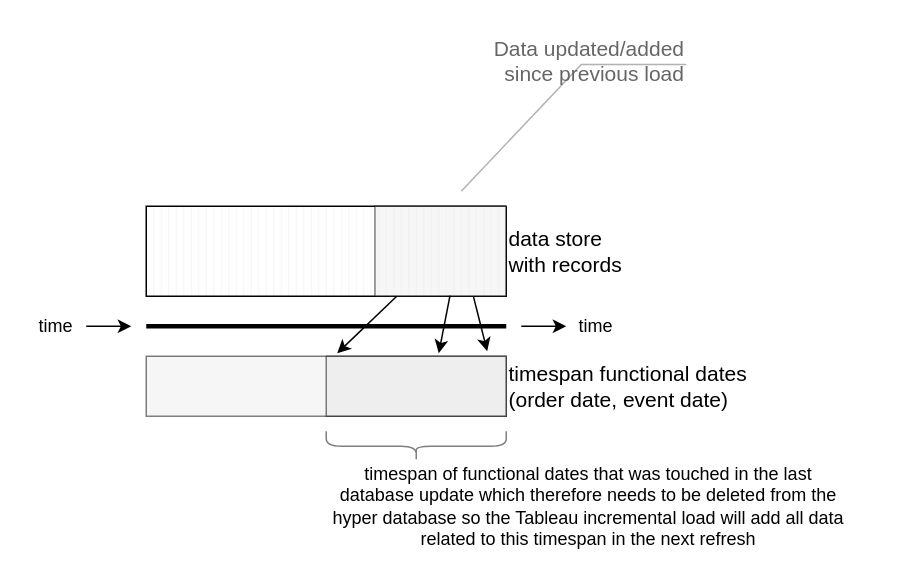
Earlier version of the draw.io diagram docs/diagram.drawio (Bartman0/tableau-incremental-refresh). Source tidied: cells renumbered, new cells numbered last; positions are measured from the earlier drawing's top-left corner, leaving out a move shared by most shapes. Both pictures are drawn from the tidied source at 150%, with x=0, y=0 at pixel (26, 26).
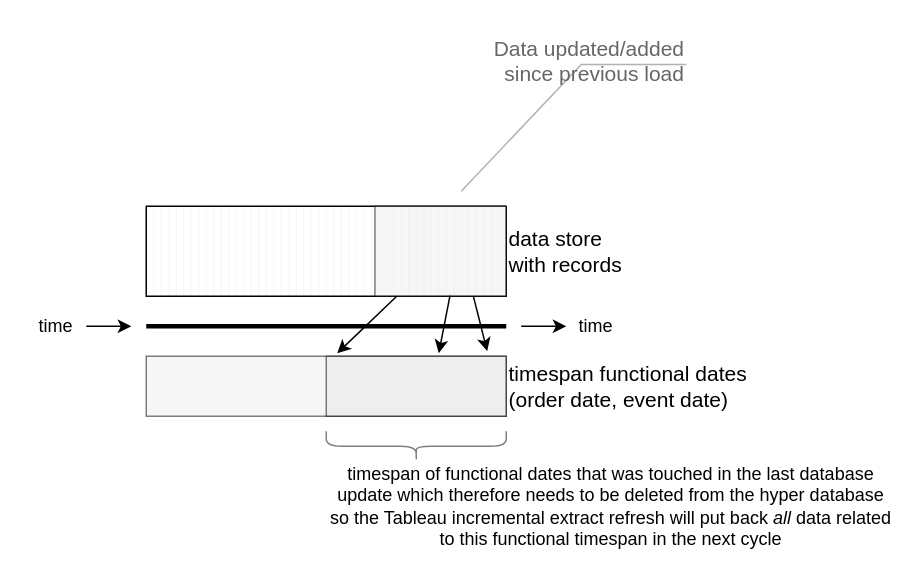
The same page after the edit.

What changed in the source:
```diff
@@
-    <mxCell id="16" value="timespan of functional dates that was touched in the last database update which therefore needs to be deleted from the hyper database so the Tableau incremental load will add all data related to this timespan in the next refresh" style="text;html=1;strokeColor=none;fillColor=none;align=center;verticalAlign=middle;whiteSpace=wrap;rounded=0;opacity=50;" parent="1" vertex="1">
-      <mxGeometry x="200" y="290" width="350" height="60" as="geometry" />
+    <mxCell id="16" value="timespan of functional dates that was touched in the last database update which therefore needs to be deleted from the hyper database so the Tableau incremental extract refresh will put back&amp;nbsp;&lt;i&gt;all&lt;/i&gt; data related to this functional timespan in the next cycle" style="text;html=1;strokeColor=none;fillColor=none;align=center;verticalAlign=middle;whiteSpace=wrap;rounded=0;opacity=50;" parent="1" vertex="1">
+      <mxGeometry x="200" y="290" width="380" height="60" as="geometry" />
     </mxCell>
```
